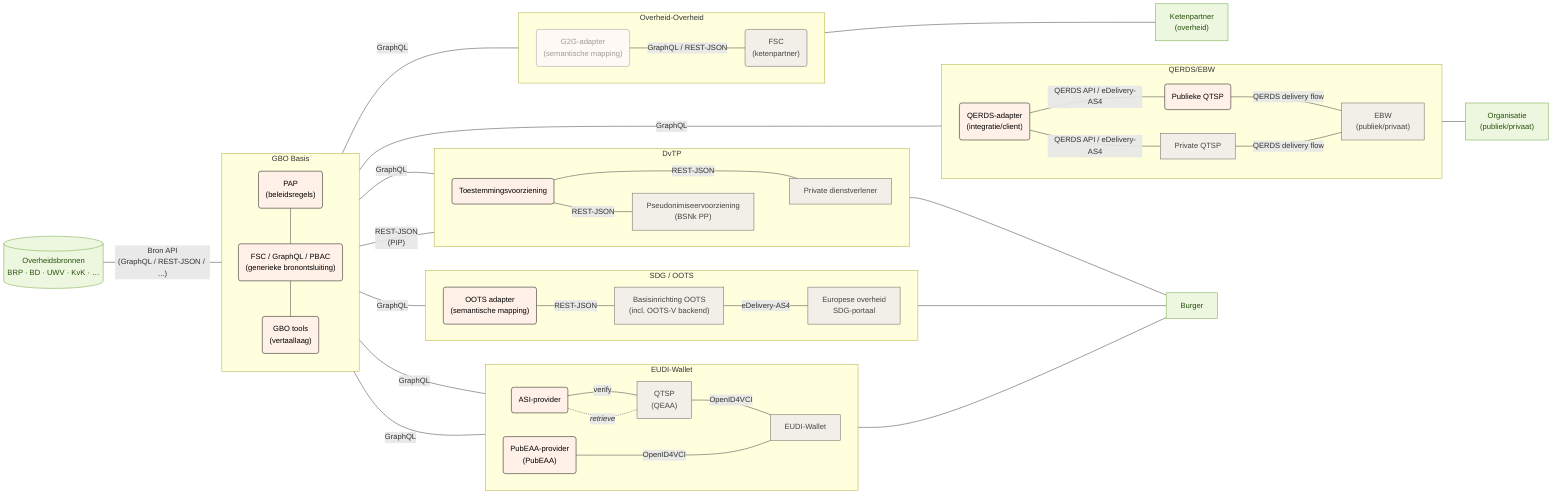
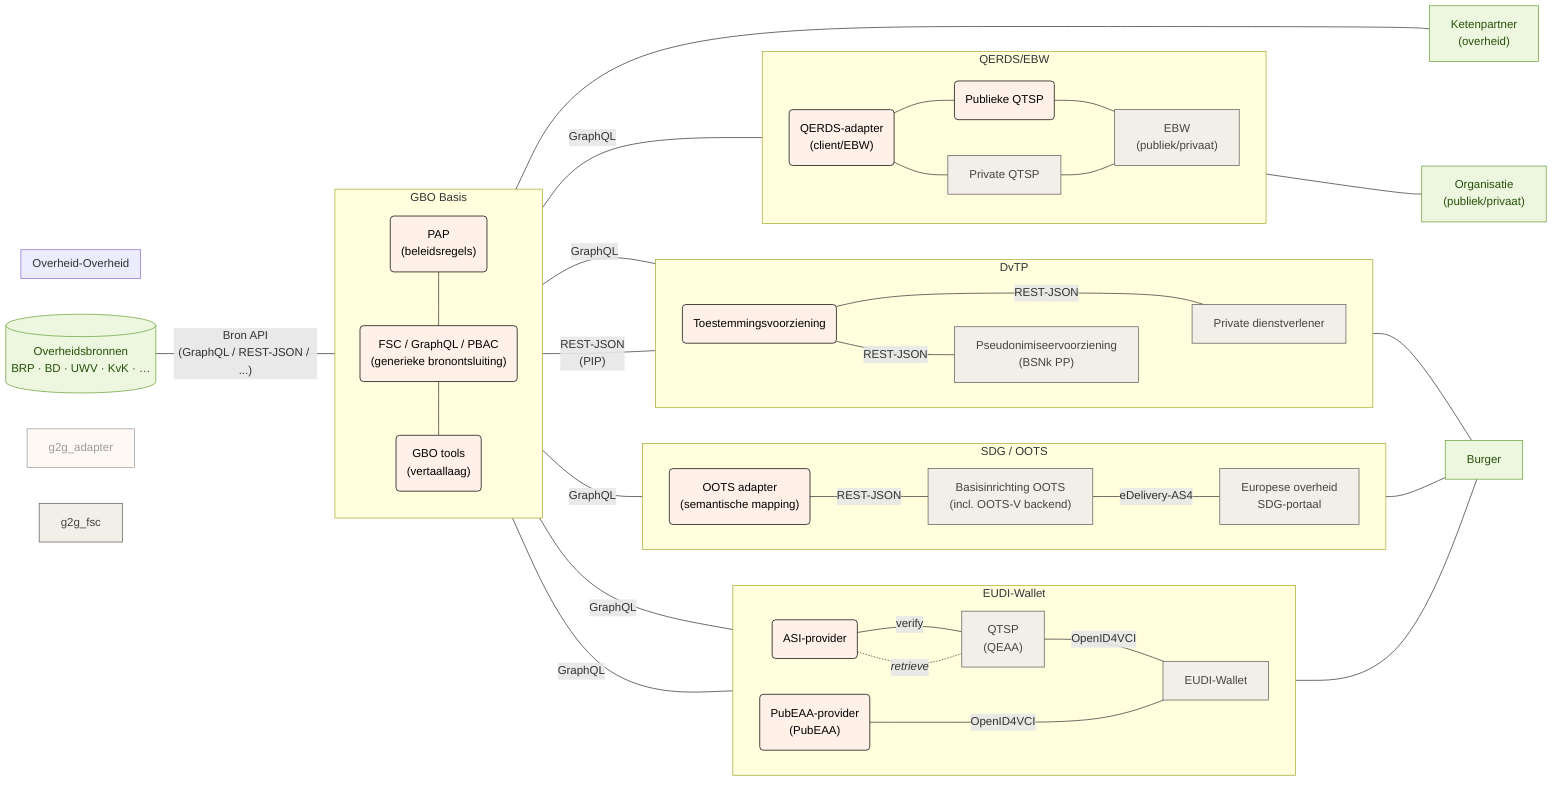
flowchart LR
  subgraph gbo["GBO Basis"]
    direction TB
        fsc_pap("PAP<br/>(beleidsregels)")
        fsc("FSC / GraphQL / PBAC<br/>(generieke bronontsluiting)")
        fsc_tools("GBO tools<br/>(vertaallaag)")
  end
  subgraph eudi["EUDI-Wallet"]
    direction LR
        eudi_asi("ASI-provider")
        eudi_pubeaa("PubEAA-provider<br/>(PubEAA)")
        eudi_qeaa["QTSP<br/>(QEAA)"]
        eudi_wallet["EUDI-Wallet"]
  end
  subgraph oots["SDG / OOTS"]
    direction LR
        oots_adapter("OOTS adapter<br/>(semantische mapping)")
        oots_basis["Basisinrichting OOTS<br/>(incl. OOTS-V backend)"]
        oots_afnemer["Europese overheid<br/>SDG-portaal"]
  end
  subgraph dvtp["DvTP"]
    direction LR
        dvtp_toestemming("Toestemmingsvoorziening")
        dvtp_pseudoniem["Pseudonimiseervoorziening<br/>(BSNk PP)"]
        dvtp_afnemer["Private dienstverlener"]
  end
  subgraph ebw["QERDS/EBW"]
     direction LR
-         ebw_qerds_adapter("QERDS-adapter<br/>(integratie/client)")
+         ebw_qerds_adapter("QERDS-adapter<br/>(client/EBW)")
        ebw_pub_qtsp("Publieke QTSP")
        ebw_qtsp["Private QTSP"]
        ebw_wallet["EBW<br/>(publiek/privaat)"]
  end
  subgraph g2g["Overheid-Overheid"]
     direction LR
-         g2g_adapter("G2G-adapter<br/>(semantische mapping)")
-         g2g_fsc("FSC<br/>(ketenpartner)")
  end

  fsc_pap --- fsc
  fsc --- fsc_tools
  bron[("Overheidsbronnen<br/>BRP · BD · UWV · KvK · …")] -- Bron API<br/>(GraphQL / REST-JSON / ...) --- gbo
  eudi_asi -- verify --- eudi_qeaa
  eudi_asi -. "`*retrieve*`" .- eudi_qeaa
  eudi_qeaa -- OpenID4VCI --- eudi_wallet
-   gbo -- GraphQL --- eudi_asi & eudi_pubeaa & oots_adapter & dvtp_afnemer & ebw_qerds_adapter & g2g_adapter
+   gbo -- GraphQL --- eudi_asi & eudi_pubeaa & oots_adapter & dvtp_afnemer & ebw_qerds_adapter
  eudi_pubeaa -- OpenID4VCI ---- eudi_wallet
  oots_adapter -- REST-JSON --- oots_basis
  oots_basis -- eDelivery-AS4 --- oots_afnemer
  gbo -- REST-JSON<br/>(PIP) --- dvtp_toestemming
  dvtp_toestemming -- REST-JSON --- dvtp_afnemer
  dvtp_toestemming -- REST-JSON --- dvtp_pseudoniem
  dvtp_pseudoniem ~~~ dvtp_afnemer
-   ebw_qerds_adapter -- QERDS API / eDelivery-AS4 --- ebw_pub_qtsp -- QERDS delivery flow --- ebw_wallet
-   ebw_qerds_adapter -- QERDS API / eDelivery-AS4 --- ebw_qtsp -- QERDS delivery flow --- ebw_wallet
+   ebw_qerds_adapter --- ebw_pub_qtsp --- ebw_wallet
+   ebw_qerds_adapter --- ebw_qtsp --- ebw_wallet
  eudi_wallet --- burger["Burger"]
  oots_afnemer --- burger
  dvtp_afnemer --- burger
  ebw_wallet --- organisatie["Organisatie<br/>(publiek/privaat)"]
-   g2g_adapter -- GraphQL / REST-JSON --- g2g_fsc
-   g2g_adapter ~~~ ebw_qtsp
-   ebw_qtsp ~~~ g2g_fsc
-   g2g_fsc --- overheid["Ketenpartner<br/>(overheid)"]
+   ebw_wallet ~~~ overheid["Ketenpartner<br/>(overheid)"]
+   gbo  --- overheid["Ketenpartner<br/>(overheid)"]

  fsc_pap:::gbo
  fsc:::gbo
  fsc_tools:::gbo
  g2g_adapter:::gbo_opt
  g2g_fsc:::overheid
  ebw_qerds_adapter:::gbo
  ebw_pub_qtsp:::gbo
  ebw_qtsp:::eudi
  ebw_wallet:::eudi
  eudi_asi:::gbo
  eudi_pubeaa:::gbo
  eudi_qeaa:::eudi
  eudi_wallet:::eudi
  oots_adapter:::gbo
  oots_basis:::oots
  oots_afnemer:::oots
  dvtp_toestemming:::gbo
  dvtp_pseudoniem:::dvtp
  dvtp_afnemer:::dvtp
  bron:::bron
  burger:::afnemer
  organisatie:::afnemer
  overheid:::afnemer

  classDef bron fill:#edf7df,stroke:#6aa13a,color:#27500a
  classDef generiek fill:#f1efe8,stroke:#5f5e5a,color:#444441
  classDef eudi fill:#f1efe8,stroke:#5f5e5a,color:#444441
  classDef oots fill:#f1efe8,stroke:#5f5e5a,color:#444441
  classDef dvtp fill:#f1efe8,stroke:#5f5e5a,color:#444441
  classDef overheid fill:#f1efe8,stroke:#5f5e5a,color:#444441
  classDef gbo fill:#fff0e8,stroke:#000000,color:#000000
  classDef gbo_opt fill:#FFF9F5,stroke:#9C9C9C,color:#9C9C9C
  classDef afnemer fill:#edf7df,stroke:#6aa13a,color:#27500a
